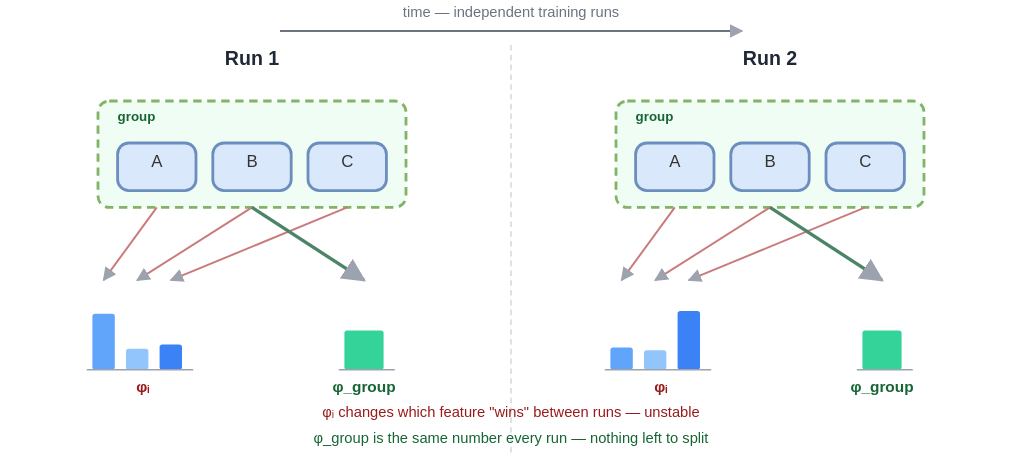
Before: posts/explaining-black-box-predictions/diagrams/groupshapley.drawio.svg, a diagram exported from draw.io (DMLF1/blog). Source tidied: cells renumbered, new cells last; positions are measured from the earlier drawing's top-left corner, leaving out a move shared by most shapes.
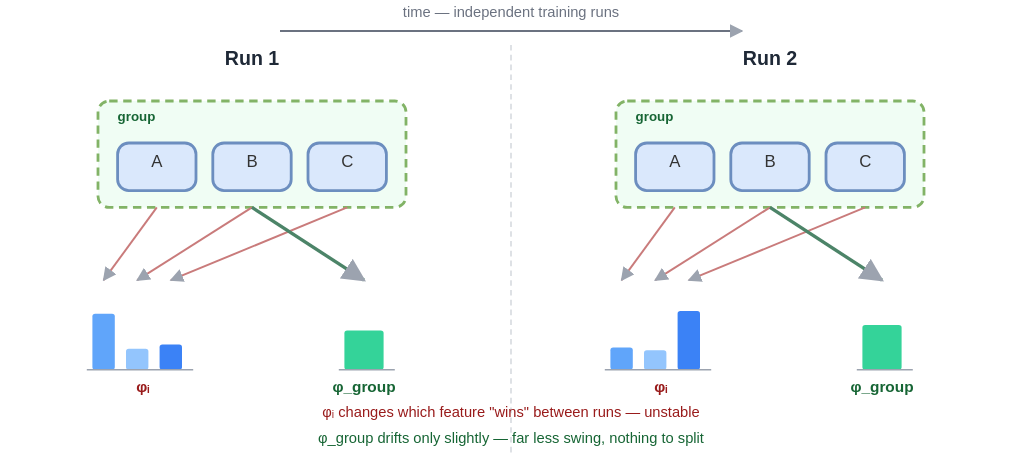
Above is the later version.

Commit message:
Fix overstated claim: groupShapley reduces drift, doesn't freeze it

What changed in the source:
```diff
@@ -150,7 +150,7 @@
       </mxGeometry>
     </mxCell>
     <mxCell id="38" style="rounded=0;whiteSpace=wrap;html=1;fillColor=#34D399;strokeColor=none;" parent="1" vertex="1">
-      <mxGeometry x="702" y="240" width="28" height="28" as="geometry" />
+      <mxGeometry x="702" y="236" width="28" height="32" as="geometry" />
     </mxCell>
     <mxCell id="39" style="html=1;strokeColor=#9CA3AF;" parent="1" edge="1">
       <mxGeometry relative="1" as="geometry">
@@ -164,7 +164,7 @@
     <mxCell id="41" value="φᵢ changes which feature &quot;wins&quot; between runs — unstable" style="text;html=1;align=center;verticalAlign=middle;fontSize=10.5;fontColor=#991B1B;" parent="1" vertex="1">
       <mxGeometry x="281" y="286" width="340" height="20" as="geometry" />
     </mxCell>
-    <mxCell id="42" value="φ_group is the same number every run — nothing left to split" style="text;html=1;align=center;verticalAlign=middle;fontSize=10.5;fontColor=#166534;" parent="1" vertex="1">
+    <mxCell id="42" value="φ_group drifts only slightly — far less swing, nothing to split" style="text;html=1;align=center;verticalAlign=middle;fontSize=10.5;fontColor=#166534;" parent="1" vertex="1">
       <mxGeometry x="281" y="304" width="340" height="20" as="geometry" />
     </mxCell>
   </root>
```
